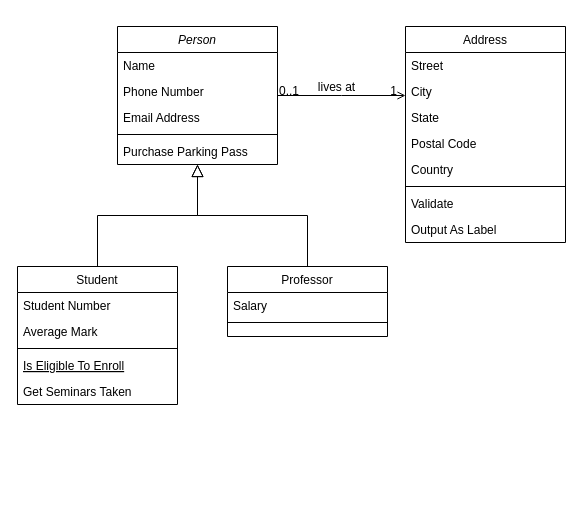
Above: Untitled Diagram.drawio in JuanSeMiranda/PAv_Lab2 (draw.io), before the change. Source tidied: cells renumbered, new cells numbered last; positions are measured from the earlier drawing's top-left corner, leaving out a move shared by most shapes. Both pictures are drawn from the tidied source at 100%, with x=0, y=0 at pixel (17, 26).
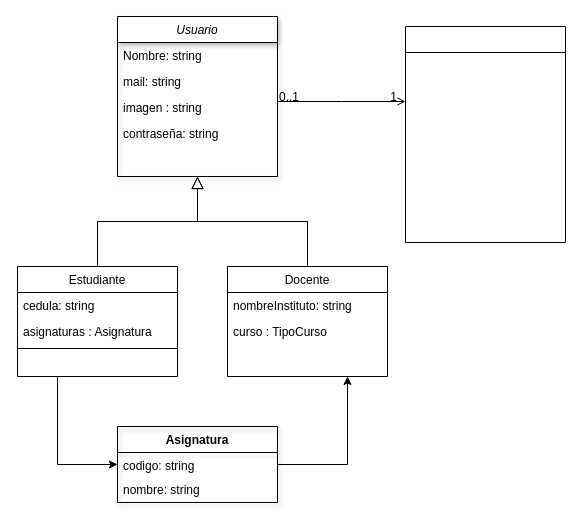
The same page after the edit.

Unchanged cells that the change refers to:
```xml
<mxCell id="28" style="endArrow=open;shadow=0;strokeWidth=1;rounded=0;endFill=1;edgeStyle=elbowEdgeStyle;elbow=vertical;" parent="1" edge="1" source="2" target="19">
  <mxGeometry x="0.5" y="41" relative="1" as="geometry">
    <mxPoint x="-40" y="32" as="offset" />
  </mxGeometry>
</mxCell>
```

What changed in the source:
```diff
@@
-    <mxCell id="2" value="Person" style="swimlane;fontStyle=2;align=center;verticalAlign=top;horizontal=1;startSize=26;rounded=0;shadow=0;strokeWidth=1;" parent="1" vertex="1">
-      <mxGeometry x="100" width="160" height="138" as="geometry" />
+    <mxCell id="2" value="Usuario" style="swimlane;fontStyle=2;align=center;verticalAlign=top;horizontal=1;startSize=26;rounded=0;shadow=1;strokeWidth=1;swimlaneLine=1;glass=0;sketch=0;" parent="1" vertex="1">
+      <mxGeometry x="100" y="-10" width="160" height="160" as="geometry" />
     </mxCell>
-    <mxCell id="3" value="Name" style="text;align=left;verticalAlign=top;spacingLeft=4;spacingRight=4;overflow=hidden;" parent="2" vertex="1">
+    <mxCell id="3" value="Nombre: string" style="text;align=left;verticalAlign=top;spacingLeft=4;spacingRight=4;overflow=hidden;" parent="2" vertex="1">
       <mxGeometry y="26" width="160" height="26" as="geometry" />
     </mxCell>
-    <mxCell id="4" value="Phone Number" style="text;align=left;verticalAlign=top;spacingLeft=4;spacingRight=4;overflow=hidden;rounded=0;shadow=0;html=0;" parent="2" vertex="1">
+    <mxCell id="4" value="mail: string" style="text;align=left;verticalAlign=top;spacingLeft=4;spacingRight=4;overflow=hidden;rounded=0;shadow=0;html=0;" parent="2" vertex="1">
       <mxGeometry y="52" width="160" height="26" as="geometry" />
     </mxCell>
-    <mxCell id="5" value="Email Address" style="text;align=left;verticalAlign=top;spacingLeft=4;spacingRight=4;overflow=hidden;rounded=0;shadow=0;html=0;" parent="2" vertex="1">
+    <mxCell id="5" value="imagen : string" style="text;align=left;verticalAlign=top;spacingLeft=4;spacingRight=4;overflow=hidden;rounded=0;shadow=0;html=0;" parent="2" vertex="1">
       <mxGeometry y="78" width="160" height="26" as="geometry" />
     </mxCell>
-    <mxCell id="6" style="line;html=1;strokeWidth=1;align=left;verticalAlign=middle;spacingTop=-1;spacingLeft=3;spacingRight=3;labelPosition=right;" parent="2" vertex="1">
-      <mxGeometry y="104" width="160" height="8" as="geometry" />
-    </mxCell>
-    <mxCell id="7" value="Purchase Parking Pass" style="text;align=left;verticalAlign=top;spacingLeft=4;spacingRight=4;overflow=hidden;" parent="2" vertex="1">
-      <mxGeometry y="112" width="160" height="26" as="geometry" />
-    </mxCell>
+    <mxCell id="32" value="contraseña: string" style="text;align=left;verticalAlign=top;spacingLeft=4;spacingRight=4;overflow=hidden;rounded=0;shadow=0;html=0;" parent="2" vertex="1">
+      <mxGeometry y="104" width="160" height="26" as="geometry" />
+    </mxCell>
+    <mxCell id="33" style="edgeStyle=orthogonalEdgeStyle;rounded=0;jettySize=auto;html=1;exitX=0.25;exitY=1;exitDx=0;exitDy=0;entryX=0;entryY=0.5;entryDx=0;entryDy=0;" parent="1" edge="1" source="8" target="36">
+      <mxGeometry relative="1" as="geometry" />
+    </mxCell>
-    <mxCell id="8" value="Student" style="swimlane;fontStyle=0;align=center;verticalAlign=top;horizontal=1;startSize=26;rounded=0;shadow=0;strokeWidth=1;" parent="1" vertex="1">
-      <mxGeometry y="240" width="160" height="138" as="geometry" />
+    <mxCell id="8" value="Estudiante" style="swimlane;fontStyle=0;align=center;verticalAlign=top;horizontal=1;startSize=26;rounded=0;shadow=0;strokeWidth=1;" parent="1" vertex="1">
+      <mxGeometry y="240" width="160" height="110" as="geometry" />
     </mxCell>
-    <mxCell id="9" value="Student Number" style="text;align=left;verticalAlign=top;spacingLeft=4;spacingRight=4;overflow=hidden;" parent="8" vertex="1">
+    <mxCell id="9" value="cedula: string" style="text;align=left;verticalAlign=top;spacingLeft=4;spacingRight=4;overflow=hidden;" parent="8" vertex="1">
       <mxGeometry y="26" width="160" height="26" as="geometry" />
     </mxCell>
-    <mxCell id="10" value="Average Mark" style="text;align=left;verticalAlign=top;spacingLeft=4;spacingRight=4;overflow=hidden;rounded=0;shadow=0;html=0;" parent="8" vertex="1">
+    <mxCell id="10" value="asignaturas : Asignatura" style="text;align=left;verticalAlign=top;spacingLeft=4;spacingRight=4;overflow=hidden;rounded=0;shadow=0;html=0;" parent="8" vertex="1">
       <mxGeometry y="52" width="160" height="26" as="geometry" />
     </mxCell>
@@
-    <mxCell id="12" value="Is Eligible To Enroll" style="text;align=left;verticalAlign=top;spacingLeft=4;spacingRight=4;overflow=hidden;fontStyle=4;" parent="8" vertex="1">
-      <mxGeometry y="86" width="160" height="26" as="geometry" />
-    </mxCell>
-    <mxCell id="13" value="Get Seminars Taken" style="text;align=left;verticalAlign=top;spacingLeft=4;spacingRight=4;overflow=hidden;" parent="8" vertex="1">
-      <mxGeometry y="112" width="160" height="26" as="geometry" />
-    </mxCell>
@@
-    <mxCell id="15" value="Professor" style="swimlane;fontStyle=0;align=center;verticalAlign=top;horizontal=1;startSize=26;rounded=0;shadow=0;strokeWidth=1;" parent="1" vertex="1">
-      <mxGeometry x="210" y="240" width="160" height="70" as="geometry" />
+    <mxCell id="15" value="Docente" style="swimlane;fontStyle=0;align=center;verticalAlign=top;horizontal=1;startSize=26;rounded=0;shadow=0;strokeWidth=1;" parent="1" vertex="1">
+      <mxGeometry x="210" y="240" width="160" height="110" as="geometry" />
     </mxCell>
-    <mxCell id="16" value="Salary" style="text;align=left;verticalAlign=top;spacingLeft=4;spacingRight=4;overflow=hidden;" parent="15" vertex="1">
+    <mxCell id="16" value="nombreInstituto: string&#10;" style="text;align=left;verticalAlign=top;spacingLeft=4;spacingRight=4;overflow=hidden;" parent="15" vertex="1">
       <mxGeometry y="26" width="160" height="26" as="geometry" />
     </mxCell>
-    <mxCell id="17" style="line;html=1;strokeWidth=1;align=left;verticalAlign=middle;spacingTop=-1;spacingLeft=3;spacingRight=3;labelPosition=right;" parent="15" vertex="1">
-      <mxGeometry y="52" width="160" height="8" as="geometry" />
-    </mxCell>
+    <mxCell id="34" value="curso : TipoCurso" style="text;align=left;verticalAlign=top;spacingLeft=4;spacingRight=4;overflow=hidden;" parent="15" vertex="1">
+      <mxGeometry y="52" width="160" height="26" as="geometry" />
+    </mxCell>
@@
-    <mxCell id="19" value="Address" style="swimlane;fontStyle=0;align=center;verticalAlign=top;horizontal=1;startSize=26;rounded=0;shadow=0;strokeWidth=1;" parent="1" vertex="1">
+    <mxCell id="19" style="swimlane;fontStyle=0;align=center;verticalAlign=top;horizontal=1;startSize=26;rounded=0;shadow=0;strokeWidth=1;" parent="1" vertex="1">
       <mxGeometry x="388" width="160" height="216" as="geometry" />
     </mxCell>
-    <mxCell id="20" value="Street" style="text;align=left;verticalAlign=top;spacingLeft=4;spacingRight=4;overflow=hidden;" parent="19" vertex="1">
-      <mxGeometry y="26" width="160" height="26" as="geometry" />
-    </mxCell>
-    <mxCell id="21" value="City" style="text;align=left;verticalAlign=top;spacingLeft=4;spacingRight=4;overflow=hidden;rounded=0;shadow=0;html=0;" parent="19" vertex="1">
-      <mxGeometry y="52" width="160" height="26" as="geometry" />
-    </mxCell>
-    <mxCell id="22" value="State" style="text;align=left;verticalAlign=top;spacingLeft=4;spacingRight=4;overflow=hidden;rounded=0;shadow=0;html=0;" parent="19" vertex="1">
-      <mxGeometry y="78" width="160" height="26" as="geometry" />
-    </mxCell>
-    <mxCell id="23" value="Postal Code" style="text;align=left;verticalAlign=top;spacingLeft=4;spacingRight=4;overflow=hidden;rounded=0;shadow=0;html=0;" parent="19" vertex="1">
-      <mxGeometry y="104" width="160" height="26" as="geometry" />
-    </mxCell>
-    <mxCell id="24" value="Country" style="text;align=left;verticalAlign=top;spacingLeft=4;spacingRight=4;overflow=hidden;rounded=0;shadow=0;html=0;" parent="19" vertex="1">
-      <mxGeometry y="130" width="160" height="26" as="geometry" />
-    </mxCell>
-    <mxCell id="25" style="line;html=1;strokeWidth=1;align=left;verticalAlign=middle;spacingTop=-1;spacingLeft=3;spacingRight=3;labelPosition=right;" parent="19" vertex="1">
-      <mxGeometry y="156" width="160" height="8" as="geometry" />
-    </mxCell>
-    <mxCell id="26" value="Validate" style="text;align=left;verticalAlign=top;spacingLeft=4;spacingRight=4;overflow=hidden;" parent="19" vertex="1">
-      <mxGeometry y="164" width="160" height="26" as="geometry" />
-    </mxCell>
-    <mxCell id="27" value="Output As Label" style="text;align=left;verticalAlign=top;spacingLeft=4;spacingRight=4;overflow=hidden;" parent="19" vertex="1">
-      <mxGeometry y="190" width="160" height="26" as="geometry" />
-    </mxCell>
@@
-    <mxCell id="31" value="lives at" style="text;html=1;align=center;verticalAlign=middle;labelBackgroundColor=none;rounded=0;shadow=0;strokeWidth=1;fontSize=12;" parent="28" vertex="1">
-      <mxGeometry x="0.5" y="49" relative="1" as="geometry">
-        <mxPoint x="-38" y="40" as="offset" />
-      </mxGeometry>
-    </mxCell>
+    <mxCell id="35" value="Asignatura" style="swimlane;fontStyle=1;align=center;verticalAlign=top;horizontal=1;startSize=26;rounded=0;shadow=1;glass=0;sketch=0;strokeColor=#000000;fillColor=none;" parent="1" vertex="1">
+      <mxGeometry x="100" y="400" width="160" height="76" as="geometry" />
+    </mxCell>
+    <mxCell id="36" value="codigo: string" style="text;strokeColor=none;fillColor=none;align=left;verticalAlign=top;spacingLeft=4;spacingRight=4;overflow=hidden;points=[[0,0.5],[1,0.5]];portConstraint=eastwest;" parent="35" vertex="1">
+      <mxGeometry y="26" width="160" height="24" as="geometry" />
+    </mxCell>
+    <mxCell id="37" value="nombre: string" style="text;align=left;verticalAlign=top;spacingLeft=4;spacingRight=4;overflow=hidden;" parent="35" vertex="1">
+      <mxGeometry y="50" width="160" height="26" as="geometry" />
+    </mxCell>
+    <mxCell id="38" style="edgeStyle=orthogonalEdgeStyle;rounded=0;jettySize=auto;html=1;exitX=1;exitY=0.5;exitDx=0;exitDy=0;entryX=0.75;entryY=1;entryDx=0;entryDy=0;" parent="1" edge="1" source="36" target="15">
+      <mxGeometry relative="1" as="geometry" />
+    </mxCell>
```
